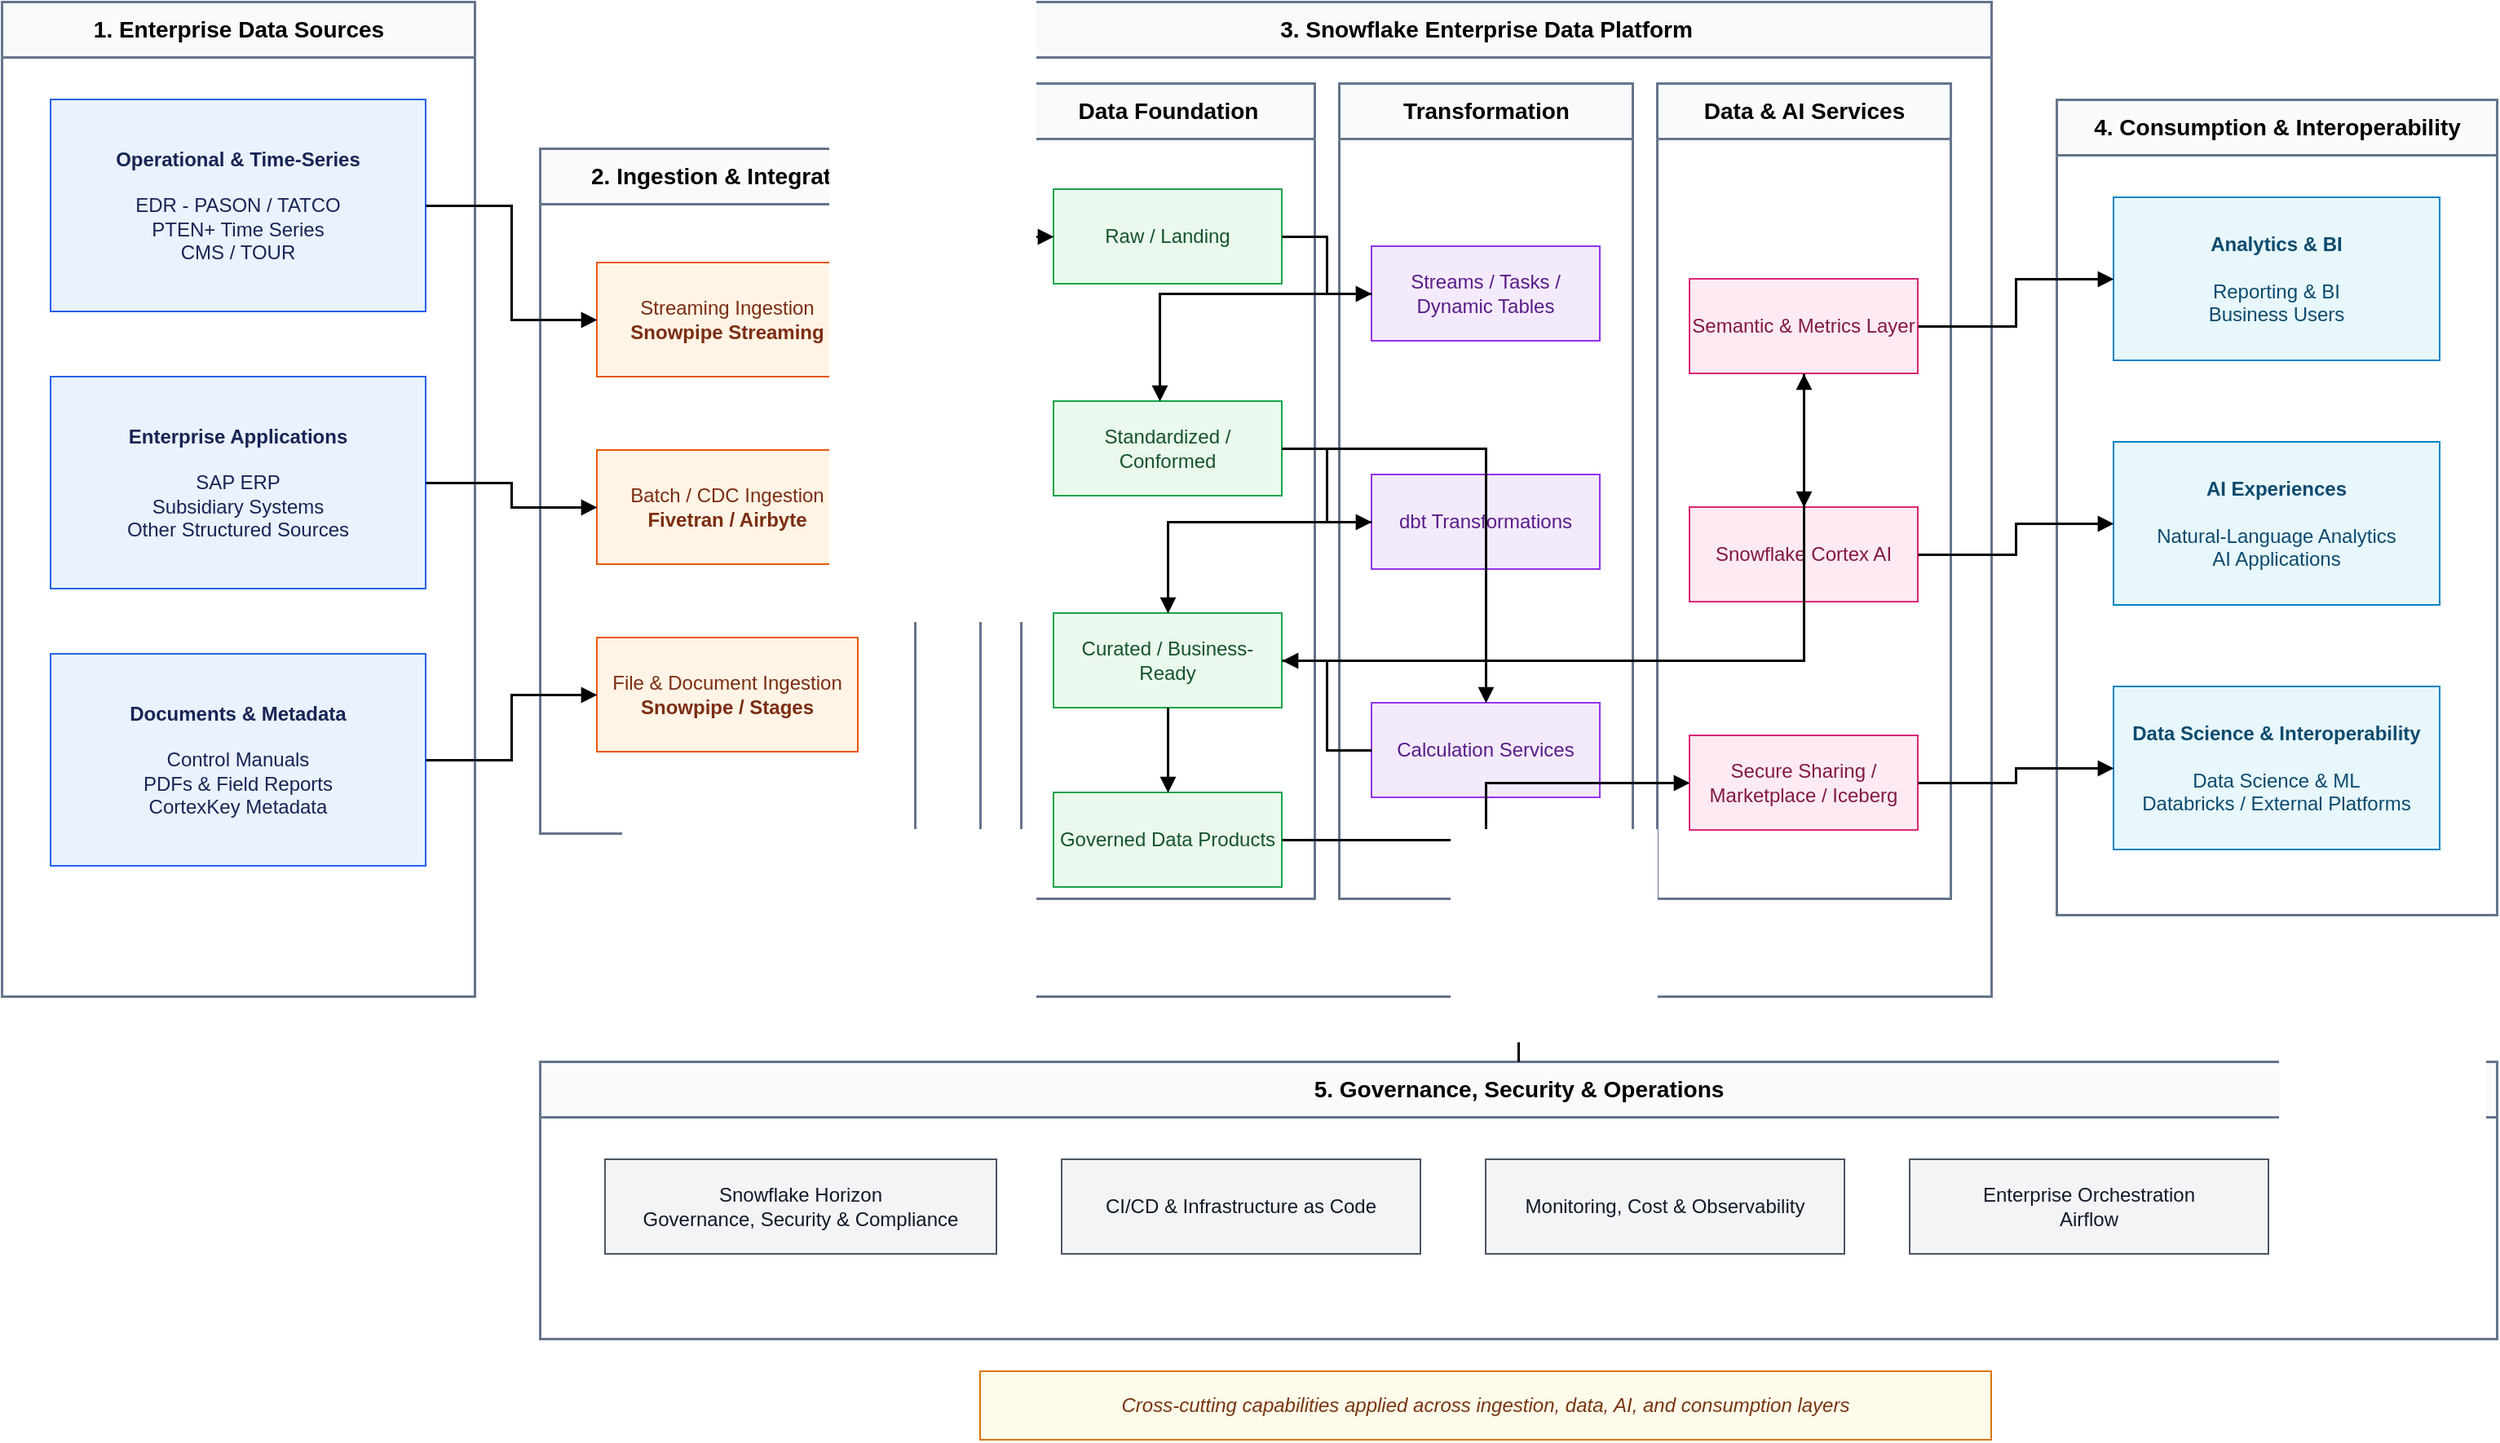
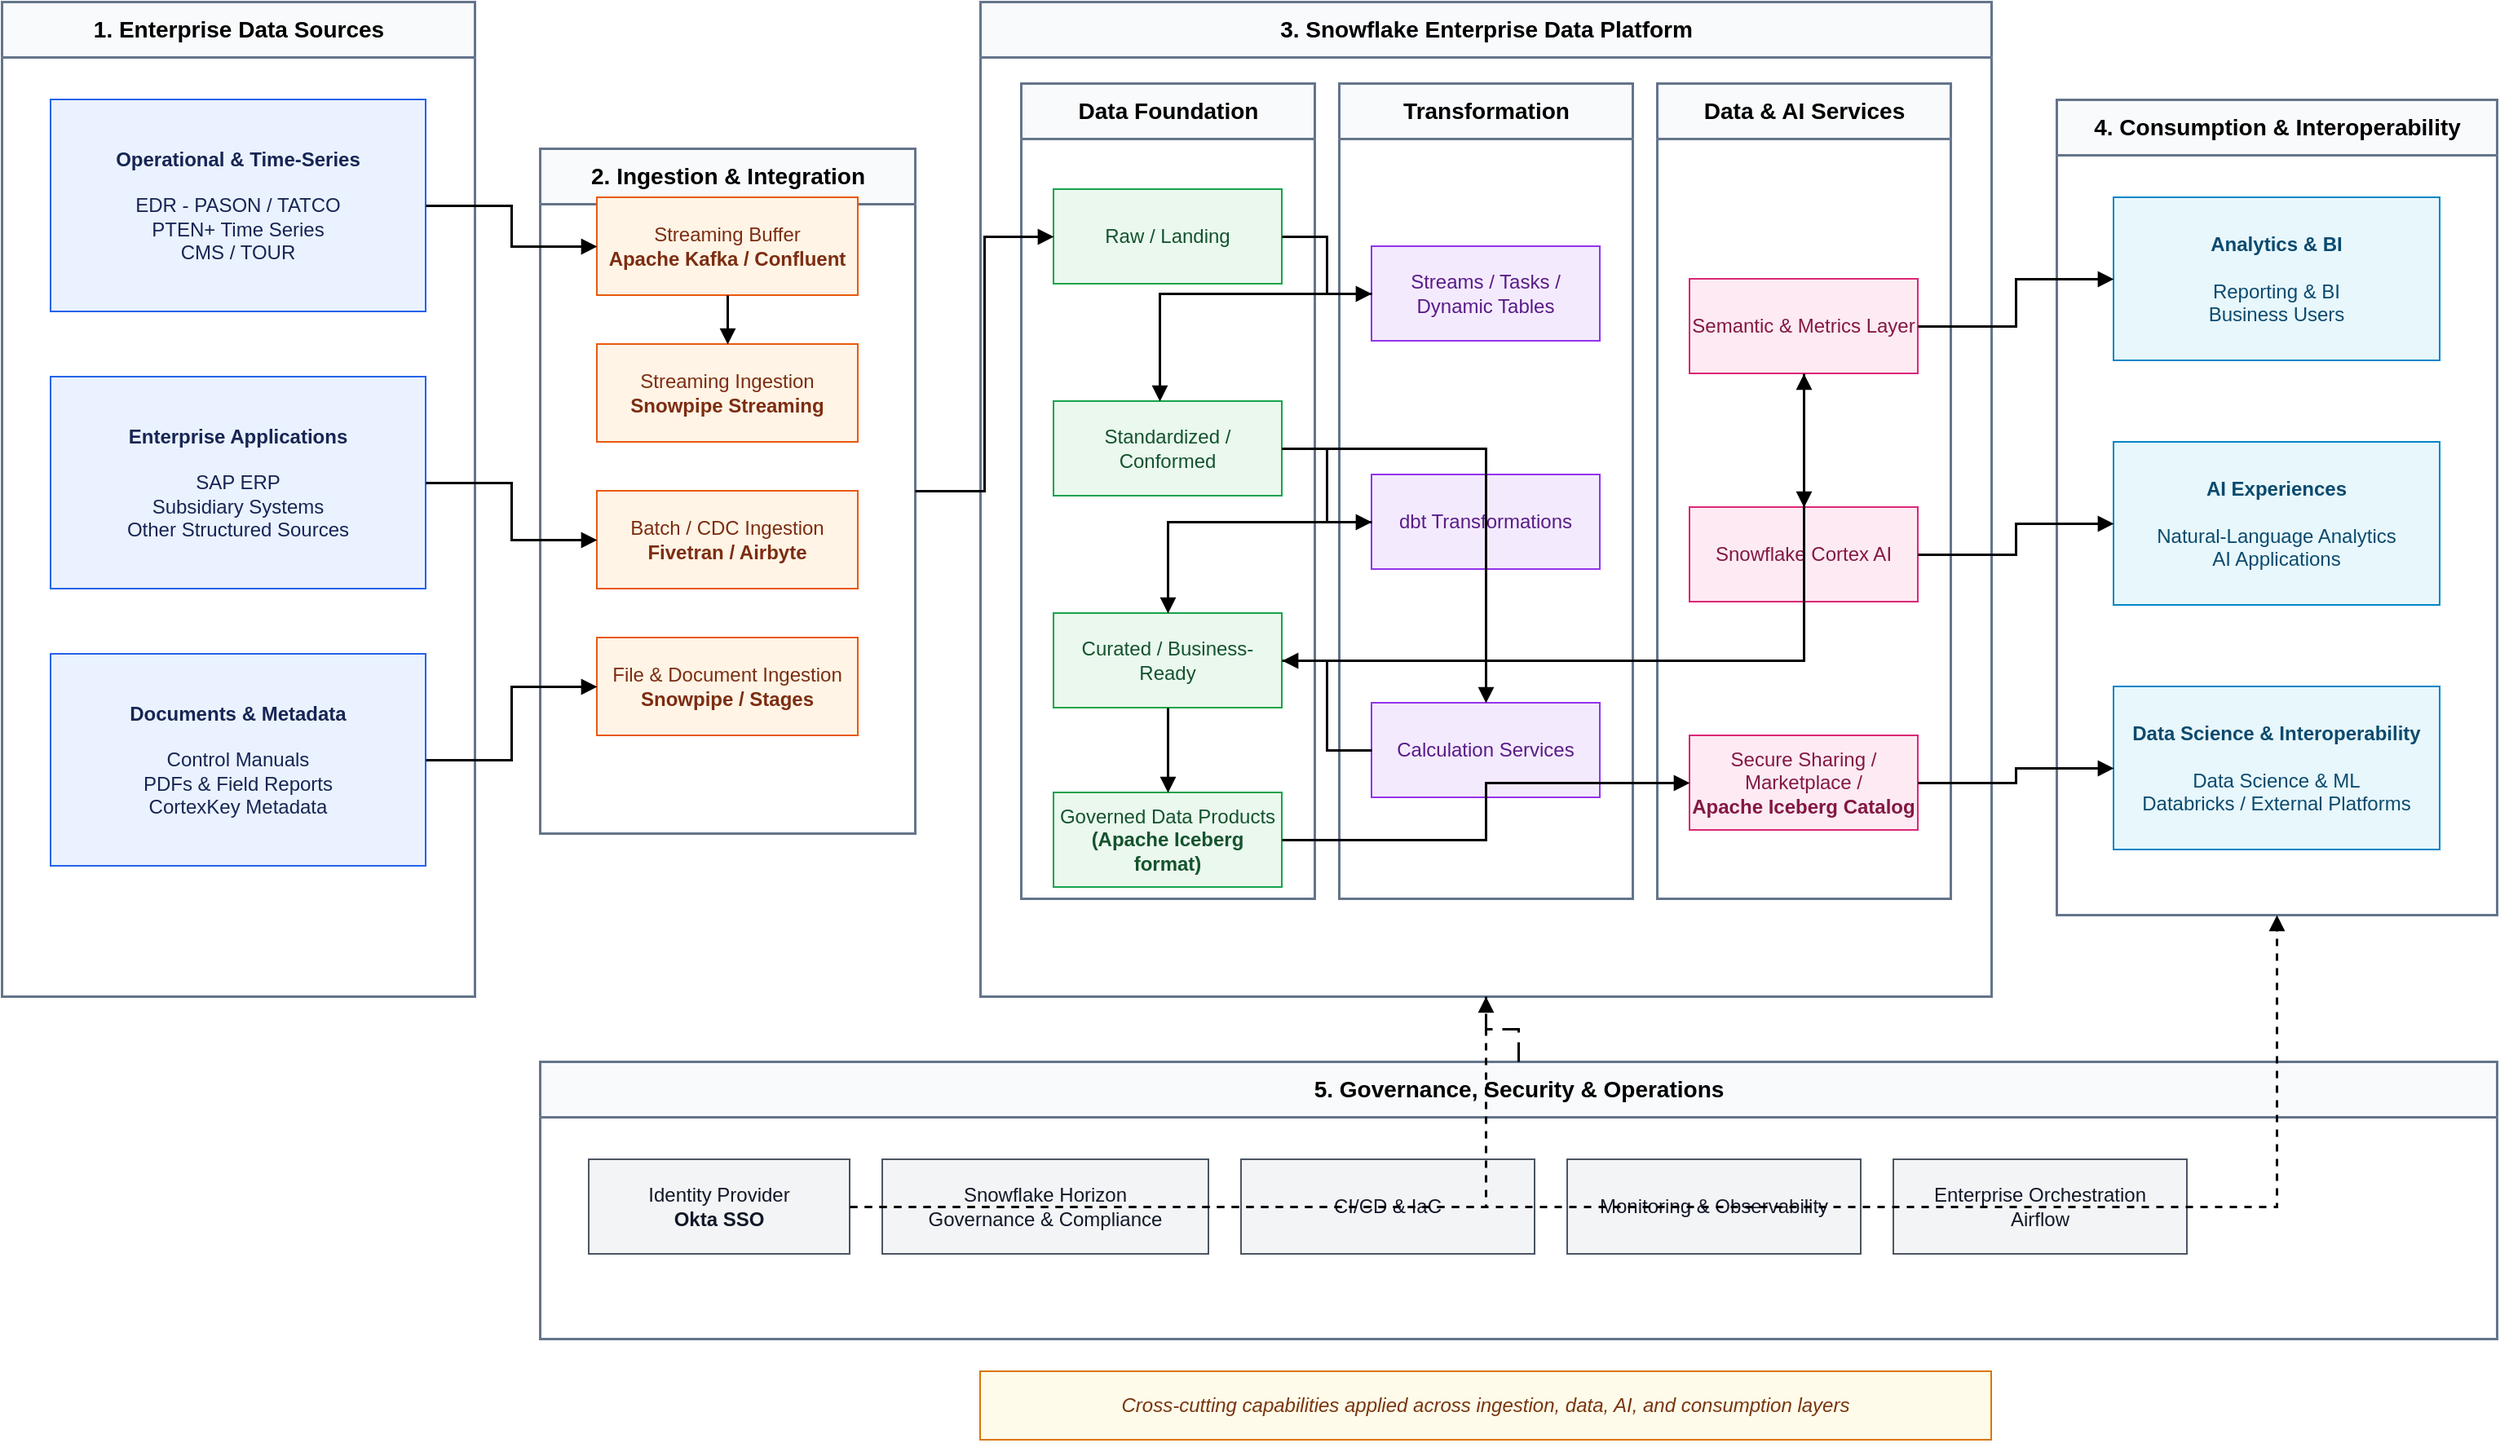
<mxfile host="app.diagrams.net" agent="ChatGPT">
  <diagram id="snowflake-clean" name="Snowflake Enterprise Architecture - Clean">
    <mxGraphModel dx="1555" dy="1516" grid="1" gridSize="10" guides="1" tooltips="1" connect="1" arrows="1" fold="1" page="1" pageScale="1" pageWidth="1800" pageHeight="1000" math="0" shadow="0">
      <root>
        <mxCell id="0" />
        <mxCell id="1" parent="0" />
        <mxCell id="sources" parent="1" style="swimlane;html=1;rounded=0;startSize=34;horizontal=1;fontStyle=1;fontSize=14;strokeWidth=1.5;fillColor=#F8FAFC;strokeColor=#64748B;collapsible=0;" value="1. Enterprise Data Sources" vertex="1">
          <mxGeometry height="610" width="290" x="20" y="60" as="geometry" />
        </mxCell>
        <mxCell id="ingestion" parent="1" style="swimlane;html=1;rounded=0;startSize=34;horizontal=1;fontStyle=1;fontSize=14;strokeWidth=1.5;fillColor=#F8FAFC;strokeColor=#64748B;collapsible=0;" value="2. Ingestion &amp; Integration" vertex="1">
          <mxGeometry height="420" width="230" x="350" y="150" as="geometry" />
        </mxCell>
        <mxCell id="platform" parent="1" style="swimlane;html=1;rounded=0;startSize=34;horizontal=1;fontStyle=1;fontSize=14;strokeWidth=1.5;fillColor=#F8FAFC;strokeColor=#64748B;collapsible=0;" value="3. Snowflake Enterprise Data Platform" vertex="1">
          <mxGeometry height="610" width="620" x="620" y="60" as="geometry" />
        </mxCell>
        <mxCell id="consumption" parent="1" style="swimlane;html=1;rounded=0;startSize=34;horizontal=1;fontStyle=1;fontSize=14;strokeWidth=1.5;fillColor=#F8FAFC;strokeColor=#64748B;collapsible=0;" value="4. Consumption &amp; Interoperability" vertex="1">
          <mxGeometry height="500" width="270" x="1280" y="120" as="geometry" />
        </mxCell>
        <mxCell id="control" parent="1" style="swimlane;html=1;rounded=0;startSize=34;horizontal=1;fontStyle=1;fontSize=14;strokeWidth=1.5;fillColor=#F8FAFC;strokeColor=#64748B;collapsible=0;" value="5. Governance, Security &amp; Operations" vertex="1">
          <mxGeometry height="170" width="1200" x="350" y="710" as="geometry" />
        </mxCell>
        <mxCell id="op_src" parent="1" style="rounded=0;whiteSpace=wrap;html=1;fillColor=#EAF2FF;strokeColor=#2563EB;fontColor=#172554;" value="&lt;b&gt;Operational &amp; Time-Series&lt;/b&gt;&lt;br&gt;&lt;br&gt;EDR - PASON / TATCO&lt;br&gt;PTEN+ Time Series&lt;br&gt;CMS / TOUR" vertex="1">
          <mxGeometry height="130" width="230" x="50" y="120" as="geometry" />
        </mxCell>
        <mxCell id="ent_src" parent="1" style="rounded=0;whiteSpace=wrap;html=1;fillColor=#EAF2FF;strokeColor=#2563EB;fontColor=#172554;" value="&lt;b&gt;Enterprise Applications&lt;/b&gt;&lt;br&gt;&lt;br&gt;SAP ERP&lt;br&gt;Subsidiary Systems&lt;br&gt;Other Structured Sources" vertex="1">
          <mxGeometry height="130" width="230" x="50" y="290" as="geometry" />
        </mxCell>
        <mxCell id="doc_src" parent="1" style="rounded=0;whiteSpace=wrap;html=1;fillColor=#EAF2FF;strokeColor=#2563EB;fontColor=#172554;" value="&lt;b&gt;Documents &amp; Metadata&lt;/b&gt;&lt;br&gt;&lt;br&gt;Control Manuals&lt;br&gt;PDFs &amp; Field Reports&lt;br&gt;CortexKey Metadata" vertex="1">
          <mxGeometry height="130" width="230" x="50" y="460" as="geometry" />
        </mxCell>
+         <mxCell id="kafka" parent="1" style="rounded=0;whiteSpace=wrap;html=1;fillColor=#FFF4E5;strokeColor=#EA580C;fontColor=#7C2D12;" value="Streaming Buffer&lt;br&gt;&lt;b&gt;Apache Kafka / Confluent&lt;/b&gt;" vertex="1">
+           <mxGeometry height="60" width="160" x="385" y="180" as="geometry" />
+         </mxCell>
        <mxCell id="stream" parent="1" style="rounded=0;whiteSpace=wrap;html=1;fillColor=#FFF4E5;strokeColor=#EA580C;fontColor=#7C2D12;" value="Streaming Ingestion&lt;br&gt;&lt;b&gt;Snowpipe Streaming&lt;/b&gt;" vertex="1">
-           <mxGeometry height="70" width="160" x="385" y="220" as="geometry" />
+           <mxGeometry height="60" width="160" x="385" y="270" as="geometry" />
        </mxCell>
        <mxCell id="batch" parent="1" style="rounded=0;whiteSpace=wrap;html=1;fillColor=#FFF4E5;strokeColor=#EA580C;fontColor=#7C2D12;" value="Batch / CDC Ingestion&lt;br&gt;&lt;b&gt;Fivetran / Airbyte&lt;/b&gt;" vertex="1">
-           <mxGeometry height="70" width="160" x="385" y="335" as="geometry" />
+           <mxGeometry height="60" width="160" x="385" y="360" as="geometry" />
        </mxCell>
        <mxCell id="files" parent="1" style="rounded=0;whiteSpace=wrap;html=1;fillColor=#FFF4E5;strokeColor=#EA580C;fontColor=#7C2D12;" value="File &amp; Document Ingestion&lt;br&gt;&lt;b&gt;Snowpipe / Stages&lt;/b&gt;" vertex="1">
-           <mxGeometry height="70" width="160" x="385" y="450" as="geometry" />
+           <mxGeometry height="60" width="160" x="385" y="450" as="geometry" />
        </mxCell>
        <mxCell id="foundation" parent="1" style="swimlane;html=1;rounded=0;startSize=34;horizontal=1;fontStyle=1;fontSize=14;strokeWidth=1.5;fillColor=#F8FAFC;strokeColor=#64748B;collapsible=0;" value="Data Foundation" vertex="1">
          <mxGeometry height="500" width="180" x="645" y="110" as="geometry" />
        </mxCell>
        <mxCell id="transform" parent="1" style="swimlane;html=1;rounded=0;startSize=34;horizontal=1;fontStyle=1;fontSize=14;strokeWidth=1.5;fillColor=#F8FAFC;strokeColor=#64748B;collapsible=0;" value="Transformation" vertex="1">
          <mxGeometry height="500" width="180" x="840" y="110" as="geometry" />
        </mxCell>
        <mxCell id="serve" parent="1" style="swimlane;html=1;rounded=0;startSize=34;horizontal=1;fontStyle=1;fontSize=14;strokeWidth=1.5;fillColor=#F8FAFC;strokeColor=#64748B;collapsible=0;" value="Data &amp; AI Services" vertex="1">
          <mxGeometry height="500" width="180" x="1035" y="110" as="geometry" />
        </mxCell>
        <mxCell id="raw" parent="1" style="rounded=0;whiteSpace=wrap;html=1;fillColor=#EAF8EE;strokeColor=#16A34A;fontColor=#14532D;" value="Raw / Landing" vertex="1">
          <mxGeometry height="58" width="140" x="665" y="175" as="geometry" />
        </mxCell>
        <mxCell id="standard" parent="1" style="rounded=0;whiteSpace=wrap;html=1;fillColor=#EAF8EE;strokeColor=#16A34A;fontColor=#14532D;" value="Standardized / Conformed" vertex="1">
          <mxGeometry height="58" width="140" x="665" y="305" as="geometry" />
        </mxCell>
        <mxCell id="curated" parent="1" style="rounded=0;whiteSpace=wrap;html=1;fillColor=#EAF8EE;strokeColor=#16A34A;fontColor=#14532D;" value="Curated / Business-Ready" vertex="1">
          <mxGeometry height="58" width="140" x="665" y="435" as="geometry" />
        </mxCell>
-         <mxCell id="products" parent="1" style="rounded=0;whiteSpace=wrap;html=1;fillColor=#EAF8EE;strokeColor=#16A34A;fontColor=#14532D;" value="Governed Data Products" vertex="1">
+         <mxCell id="products" parent="1" style="rounded=0;whiteSpace=wrap;html=1;fillColor=#EAF8EE;strokeColor=#16A34A;fontColor=#14532D;" value="Governed Data Products&lt;br&gt;&lt;b&gt;(Apache Iceberg format)&lt;/b&gt;" vertex="1">
          <mxGeometry height="58" width="140" x="665" y="545" as="geometry" />
        </mxCell>
        <mxCell id="native" parent="1" style="rounded=0;whiteSpace=wrap;html=1;fillColor=#F4EAFE;strokeColor=#9333EA;fontColor=#581C87;" value="Streams / Tasks /&lt;br&gt;Dynamic Tables" vertex="1">
          <mxGeometry height="58" width="140" x="860" y="210" as="geometry" />
        </mxCell>
        <mxCell id="dbt" parent="1" style="rounded=0;whiteSpace=wrap;html=1;fillColor=#F4EAFE;strokeColor=#9333EA;fontColor=#581C87;" value="dbt Transformations" vertex="1">
          <mxGeometry height="58" width="140" x="860" y="350" as="geometry" />
        </mxCell>
        <mxCell id="calc" parent="1" style="rounded=0;whiteSpace=wrap;html=1;fillColor=#F4EAFE;strokeColor=#9333EA;fontColor=#581C87;" value="Calculation Services" vertex="1">
          <mxGeometry height="58" width="140" x="860" y="490" as="geometry" />
        </mxCell>
        <mxCell id="semantic" parent="1" style="rounded=0;whiteSpace=wrap;html=1;fillColor=#FDEAF3;strokeColor=#DB2777;fontColor=#831843;" value="Semantic &amp; Metrics Layer" vertex="1">
          <mxGeometry height="58" width="140" x="1055" y="230" as="geometry" />
        </mxCell>
        <mxCell id="cortex" parent="1" style="rounded=0;whiteSpace=wrap;html=1;fillColor=#FDEAF3;strokeColor=#DB2777;fontColor=#831843;" value="Snowflake Cortex AI" vertex="1">
          <mxGeometry height="58" width="140" x="1055" y="370" as="geometry" />
        </mxCell>
-         <mxCell id="sharing" parent="1" style="rounded=0;whiteSpace=wrap;html=1;fillColor=#FDEAF3;strokeColor=#DB2777;fontColor=#831843;" value="Secure Sharing /&lt;br&gt;Marketplace / Iceberg" vertex="1">
+         <mxCell id="sharing" parent="1" style="rounded=0;whiteSpace=wrap;html=1;fillColor=#FDEAF3;strokeColor=#DB2777;fontColor=#831843;" value="Secure Sharing /&lt;br&gt;Marketplace /&lt;br&gt;&lt;b&gt;Apache Iceberg Catalog&lt;/b&gt;" vertex="1">
          <mxGeometry height="58" width="140" x="1055" y="510" as="geometry" />
        </mxCell>
        <mxCell id="analytics" parent="1" style="rounded=0;whiteSpace=wrap;html=1;fillColor=#E7F7FC;strokeColor=#0284C7;fontColor=#0C4A6E;" value="&lt;b&gt;Analytics &amp; BI&lt;/b&gt;&lt;br&gt;&lt;br&gt;Reporting &amp; BI&lt;br&gt;Business Users" vertex="1">
          <mxGeometry height="100" width="200" x="1315" y="180" as="geometry" />
        </mxCell>
        <mxCell id="ai_consume" parent="1" style="rounded=0;whiteSpace=wrap;html=1;fillColor=#E7F7FC;strokeColor=#0284C7;fontColor=#0C4A6E;" value="&lt;b&gt;AI Experiences&lt;/b&gt;&lt;br&gt;&lt;br&gt;Natural-Language Analytics&lt;br&gt;AI Applications" vertex="1">
          <mxGeometry height="100" width="200" x="1315" y="330" as="geometry" />
        </mxCell>
        <mxCell id="interop" parent="1" style="rounded=0;whiteSpace=wrap;html=1;fillColor=#E7F7FC;strokeColor=#0284C7;fontColor=#0C4A6E;" value="&lt;b&gt;Data Science &amp; Interoperability&lt;/b&gt;&lt;br&gt;&lt;br&gt;Data Science &amp; ML&lt;br&gt;Databricks / External Platforms" vertex="1">
          <mxGeometry height="100" width="200" x="1315" y="480" as="geometry" />
        </mxCell>
-         <mxCell id="horizon" parent="1" style="rounded=0;whiteSpace=wrap;html=1;fillColor=#F3F4F6;strokeColor=#4B5563;fontColor=#111827;" value="Snowflake Horizon&lt;br&gt;Governance, Security &amp; Compliance" vertex="1">
-           <mxGeometry height="58" width="240" x="390" y="770" as="geometry" />
+         <mxCell id="okta" parent="1" style="rounded=0;whiteSpace=wrap;html=1;fillColor=#F3F4F6;strokeColor=#4B5563;fontColor=#111827;" value="Identity Provider&lt;br&gt;&lt;b&gt;Okta SSO&lt;/b&gt;" vertex="1">
+           <mxGeometry height="58" width="160" x="380" y="770" as="geometry" />
        </mxCell>
-         <mxCell id="cicd" parent="1" style="rounded=0;whiteSpace=wrap;html=1;fillColor=#F3F4F6;strokeColor=#4B5563;fontColor=#111827;" value="CI/CD &amp; Infrastructure as Code" vertex="1">
-           <mxGeometry height="58" width="220" x="670" y="770" as="geometry" />
+         <mxCell id="horizon" parent="1" style="rounded=0;whiteSpace=wrap;html=1;fillColor=#F3F4F6;strokeColor=#4B5563;fontColor=#111827;" value="Snowflake Horizon&lt;br&gt;Governance &amp; Compliance" vertex="1">
+           <mxGeometry height="58" width="200" x="560" y="770" as="geometry" />
        </mxCell>
-         <mxCell id="obs" parent="1" style="rounded=0;whiteSpace=wrap;html=1;fillColor=#F3F4F6;strokeColor=#4B5563;fontColor=#111827;" value="Monitoring, Cost &amp; Observability" vertex="1">
-           <mxGeometry height="58" width="220" x="930" y="770" as="geometry" />
+         <mxCell id="cicd" parent="1" style="rounded=0;whiteSpace=wrap;html=1;fillColor=#F3F4F6;strokeColor=#4B5563;fontColor=#111827;" value="CI/CD &amp; IaC" vertex="1">
+           <mxGeometry height="58" width="180" x="780" y="770" as="geometry" />
+         </mxCell>
+         <mxCell id="obs" parent="1" style="rounded=0;whiteSpace=wrap;html=1;fillColor=#F3F4F6;strokeColor=#4B5563;fontColor=#111827;" value="Monitoring &amp; Observability" vertex="1">
+           <mxGeometry height="58" width="180" x="980" y="770" as="geometry" />
        </mxCell>
        <mxCell id="orch" parent="1" style="rounded=0;whiteSpace=wrap;html=1;fillColor=#F3F4F6;strokeColor=#4B5563;fontColor=#111827;" value="Enterprise Orchestration&lt;br&gt;Airflow" vertex="1">
-           <mxGeometry height="58" width="220" x="1190" y="770" as="geometry" />
+           <mxGeometry height="58" width="180" x="1180" y="770" as="geometry" />
        </mxCell>
        <mxCell id="crosscut" parent="1" style="rounded=0;whiteSpace=wrap;html=1;fillColor=#FFFBEA;strokeColor=#D97706;fontColor=#78350F;fontStyle=2;" value="Cross-cutting capabilities applied across ingestion, data, AI, and consumption layers" vertex="1">
          <mxGeometry height="42" width="620" x="620" y="900" as="geometry" />
        </mxCell>
-         <mxCell id="e1" edge="1" parent="1" source="op_src" style="edgeStyle=orthogonalEdgeStyle;rounded=0;orthogonalLoop=1;jettySize=auto;html=1;strokeWidth=1.5;endArrow=block;endFill=1;" target="stream">
+         <mxCell id="e1" edge="1" parent="1" source="op_src" style="edgeStyle=orthogonalEdgeStyle;rounded=0;orthogonalLoop=1;jettySize=auto;html=1;strokeWidth=1.5;endArrow=block;endFill=1;" target="kafka">
+           <mxGeometry relative="1" as="geometry" />
+         </mxCell>
+         <mxCell id="e1_kafka_to_stream" edge="1" parent="1" source="kafka" style="edgeStyle=orthogonalEdgeStyle;rounded=0;orthogonalLoop=1;jettySize=auto;html=1;strokeWidth=1.5;endArrow=block;endFill=1;" target="stream">
          <mxGeometry relative="1" as="geometry" />
        </mxCell>
        <mxCell id="e2" edge="1" parent="1" source="ent_src" style="edgeStyle=orthogonalEdgeStyle;rounded=0;orthogonalLoop=1;jettySize=auto;html=1;strokeWidth=1.5;endArrow=block;endFill=1;" target="batch">
          <mxGeometry relative="1" as="geometry" />
        </mxCell>
        <mxCell id="e3" edge="1" parent="1" source="doc_src" style="edgeStyle=orthogonalEdgeStyle;rounded=0;orthogonalLoop=1;jettySize=auto;html=1;strokeWidth=1.5;endArrow=block;endFill=1;" target="files">
          <mxGeometry relative="1" as="geometry" />
        </mxCell>
        <mxCell id="e4" edge="1" parent="1" source="ingestion" style="edgeStyle=orthogonalEdgeStyle;rounded=0;orthogonalLoop=1;jettySize=auto;html=1;strokeWidth=1.5;endArrow=block;endFill=1;exitX=1;exitY=0.5;exitDx=0;exitDy=0;entryX=0;entryY=0.5;entryDx=0;entryDy=0;" target="raw">
          <mxGeometry relative="1" as="geometry" />
        </mxCell>
        <mxCell id="e7" edge="1" parent="1" source="raw" style="edgeStyle=orthogonalEdgeStyle;rounded=0;orthogonalLoop=1;jettySize=auto;html=1;strokeWidth=1.5;endArrow=block;endFill=1;" target="native">
          <mxGeometry relative="1" as="geometry" />
        </mxCell>
        <mxCell id="e8" edge="1" parent="1" source="native" style="edgeStyle=orthogonalEdgeStyle;rounded=0;orthogonalLoop=1;jettySize=auto;html=1;strokeWidth=1.5;endArrow=block;endFill=1;" target="standard">
          <mxGeometry relative="1" as="geometry">
            <Array as="points">
              <mxPoint x="730" y="239" />
            </Array>
          </mxGeometry>
        </mxCell>
        <mxCell id="e9" edge="1" parent="1" source="standard" style="edgeStyle=orthogonalEdgeStyle;rounded=0;orthogonalLoop=1;jettySize=auto;html=1;strokeWidth=1.5;endArrow=block;endFill=1;" target="dbt">
          <mxGeometry relative="1" as="geometry" />
        </mxCell>
        <mxCell id="e10" edge="1" parent="1" source="dbt" style="edgeStyle=orthogonalEdgeStyle;rounded=0;orthogonalLoop=1;jettySize=auto;html=1;strokeWidth=1.5;endArrow=block;endFill=1;" target="curated">
          <mxGeometry relative="1" as="geometry" />
        </mxCell>
        <mxCell id="e11" edge="1" parent="1" source="standard" style="edgeStyle=orthogonalEdgeStyle;rounded=0;orthogonalLoop=1;jettySize=auto;html=1;strokeWidth=1.5;endArrow=block;endFill=1;" target="calc">
          <mxGeometry relative="1" as="geometry" />
        </mxCell>
        <mxCell id="e12" edge="1" parent="1" source="calc" style="edgeStyle=orthogonalEdgeStyle;rounded=0;orthogonalLoop=1;jettySize=auto;html=1;strokeWidth=1.5;endArrow=block;endFill=1;" target="curated">
          <mxGeometry relative="1" as="geometry" />
        </mxCell>
        <mxCell id="e13" edge="1" parent="1" source="curated" style="edgeStyle=orthogonalEdgeStyle;rounded=0;orthogonalLoop=1;jettySize=auto;html=1;strokeWidth=1.5;endArrow=block;endFill=1;" target="products">
          <mxGeometry relative="1" as="geometry" />
        </mxCell>
        <mxCell id="e14" edge="1" parent="1" source="curated" style="edgeStyle=orthogonalEdgeStyle;rounded=0;orthogonalLoop=1;jettySize=auto;html=1;strokeWidth=1.5;endArrow=block;endFill=1;" target="semantic">
          <mxGeometry relative="1" as="geometry" />
        </mxCell>
        <mxCell id="e15" edge="1" parent="1" source="products" style="edgeStyle=orthogonalEdgeStyle;rounded=0;orthogonalLoop=1;jettySize=auto;html=1;strokeWidth=1.5;endArrow=block;endFill=1;" target="sharing">
          <mxGeometry relative="1" as="geometry" />
        </mxCell>
        <mxCell id="e16" edge="1" parent="1" source="semantic" style="edgeStyle=orthogonalEdgeStyle;rounded=0;orthogonalLoop=1;jettySize=auto;html=1;strokeWidth=1.5;endArrow=block;endFill=1;" target="cortex">
          <mxGeometry relative="1" as="geometry" />
        </mxCell>
        <mxCell id="e17" edge="1" parent="1" source="semantic" style="edgeStyle=orthogonalEdgeStyle;rounded=0;orthogonalLoop=1;jettySize=auto;html=1;strokeWidth=1.5;endArrow=block;endFill=1;" target="analytics">
          <mxGeometry relative="1" as="geometry" />
        </mxCell>
        <mxCell id="e18" edge="1" parent="1" source="cortex" style="edgeStyle=orthogonalEdgeStyle;rounded=0;orthogonalLoop=1;jettySize=auto;html=1;strokeWidth=1.5;endArrow=block;endFill=1;" target="ai_consume">
          <mxGeometry relative="1" as="geometry" />
        </mxCell>
        <mxCell id="e19" edge="1" parent="1" source="sharing" style="edgeStyle=orthogonalEdgeStyle;rounded=0;orthogonalLoop=1;jettySize=auto;html=1;strokeWidth=1.5;endArrow=block;endFill=1;" target="interop">
          <mxGeometry relative="1" as="geometry" />
        </mxCell>
        <mxCell id="e20" edge="1" parent="1" source="control" style="edgeStyle=orthogonalEdgeStyle;rounded=0;orthogonalLoop=1;jettySize=auto;html=1;strokeWidth=1.5;endArrow=none;endFill=1;dashed=1;dashPattern=8 4;" target="platform">
          <mxGeometry relative="1" as="geometry" />
        </mxCell>
+         <mxCell id="e_okta_platform" edge="1" parent="1" source="okta" style="edgeStyle=orthogonalEdgeStyle;rounded=0;orthogonalLoop=1;jettySize=auto;html=1;strokeWidth=1.5;endArrow=block;endFill=1;dashed=1;" target="platform">
+           <mxGeometry relative="1" as="geometry" />
+         </mxCell>
+         <mxCell id="e_okta_consume" edge="1" parent="1" source="okta" style="edgeStyle=orthogonalEdgeStyle;rounded=0;orthogonalLoop=1;jettySize=auto;html=1;strokeWidth=1.5;endArrow=block;endFill=1;dashed=1;" target="consumption">
+           <mxGeometry relative="1" as="geometry" />
+         </mxCell>
      </root>
    </mxGraphModel>
  </diagram>
</mxfile>